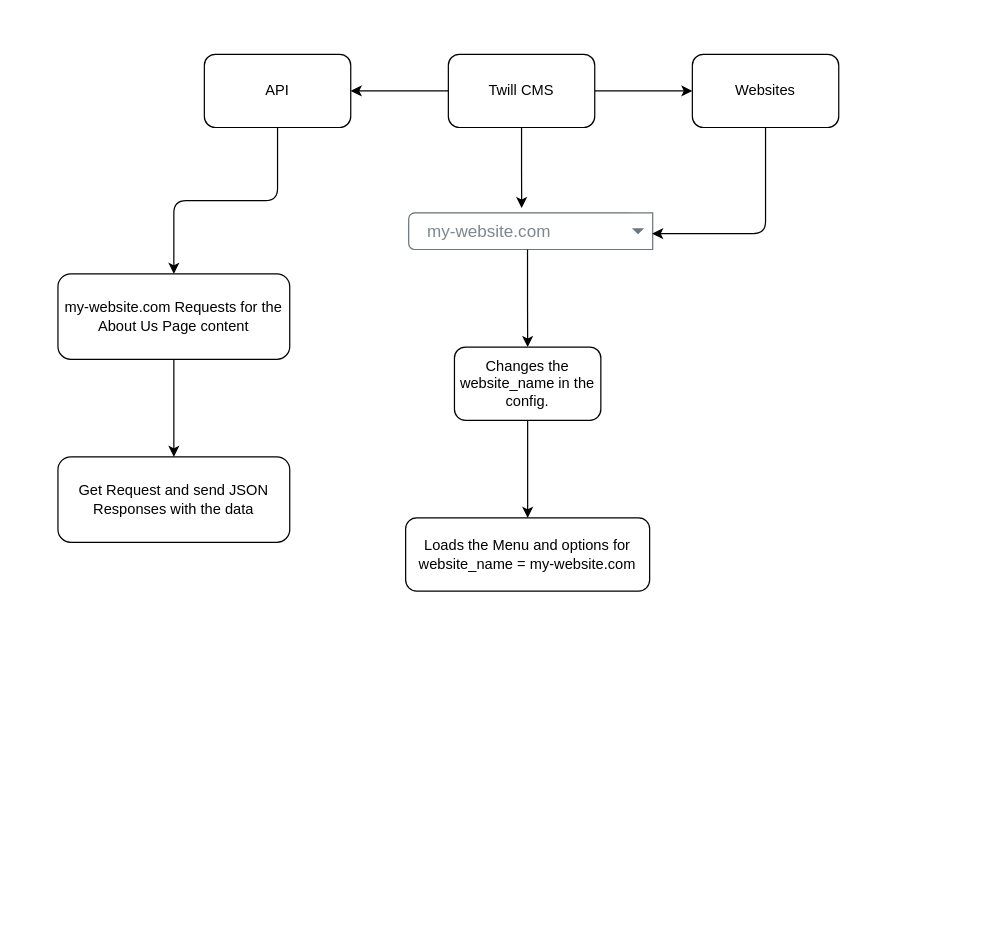
This is headless-cms-solution-with-php-laravel.drawio from gulbitz/diagrams.net, a draw.io file, before an edit. Source tidied: cells renumbered, new cells numbered last; positions are measured from the earlier drawing's top-left corner, leaving out a move shared by most shapes. Both pictures are drawn from the tidied source at 122%, with x=0, y=0 at pixel (57, 54).
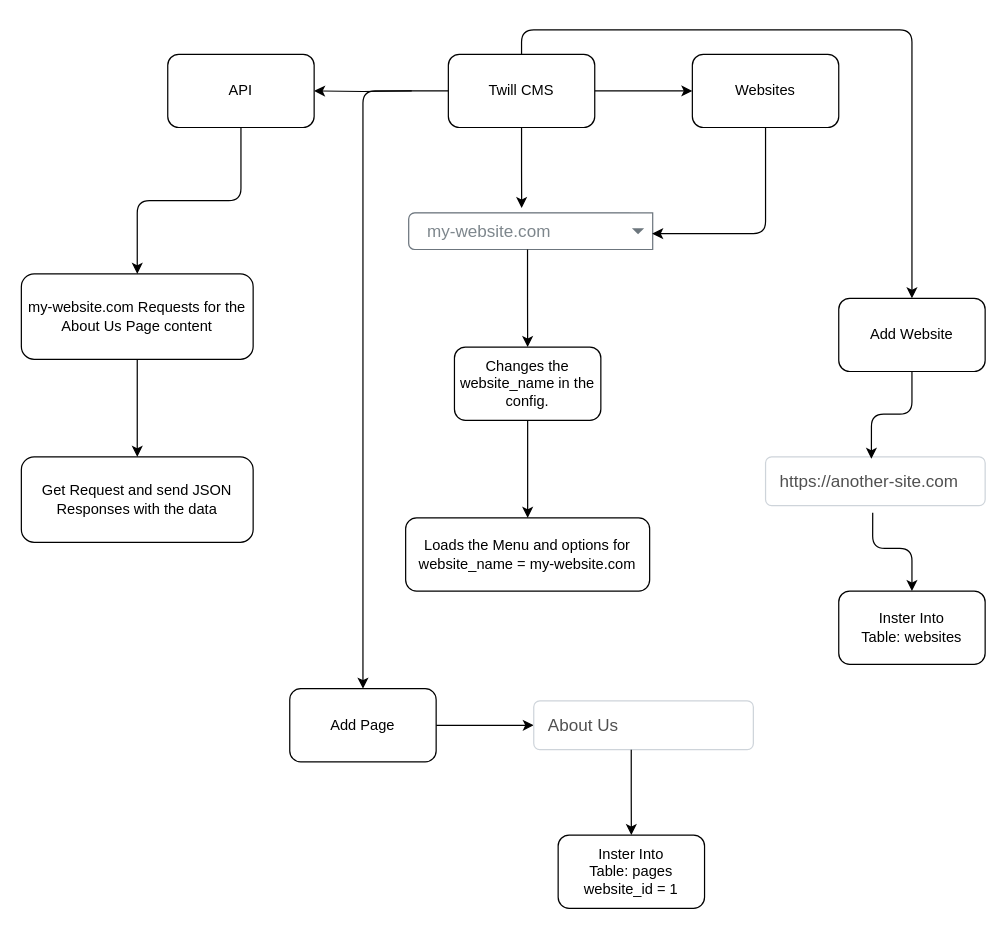
After the change.

Unchanged cells that the change refers to:
```xml
<mxCell id="5" value="Twill CMS" style="rounded=1;whiteSpace=wrap;html=1;" parent="1" vertex="1">
  <mxGeometry x="320" width="120" height="60" as="geometry" />
</mxCell>
```

Diff of the diagram source:
```diff
@@
-    <mxCell id="4" style="edgeStyle=orthogonalEdgeStyle;rounded=0;jettySize=auto;html=1;" parent="1" edge="1" source="5" target="16">
-      <mxGeometry relative="1" as="geometry" />
+    <mxCell id="4" style="edgeStyle=orthogonalEdgeStyle;rounded=0;jettySize=auto;html=1;" parent="1" edge="1" target="16">
+      <mxGeometry relative="1" as="geometry">
+        <mxPoint x="290" y="30" as="sourcePoint" />
+      </mxGeometry>
     </mxCell>
+    <mxCell id="20" style="edgeStyle=orthogonalEdgeStyle;jettySize=auto;html=1;exitX=0.5;exitY=0;exitDx=0;exitDy=0;entryX=0.5;entryY=0;entryDx=0;entryDy=0;rounded=1;" parent="1" edge="1" source="5" target="22">
+      <mxGeometry relative="1" as="geometry" />
+    </mxCell>
+    <mxCell id="21" style="edgeStyle=orthogonalEdgeStyle;rounded=1;jettySize=auto;html=1;exitX=0;exitY=0.5;exitDx=0;exitDy=0;entryX=0.5;entryY=0;entryDx=0;entryDy=0;" parent="1" edge="1" source="5" target="28">
+      <mxGeometry relative="1" as="geometry">
+        <Array as="points">
+          <mxPoint x="250" y="30" />
+        </Array>
+      </mxGeometry>
+    </mxCell>
@@
     <mxCell id="16" value="API" style="rounded=1;whiteSpace=wrap;html=1;" parent="1" vertex="1">
-      <mxGeometry x="120" width="120" height="60" as="geometry" />
+      <mxGeometry x="90" width="120" height="60" as="geometry" />
     </mxCell>
@@
     <mxCell id="18" value="my-website.com Requests for the About Us Page content" style="rounded=1;whiteSpace=wrap;html=1;" parent="1" vertex="1">
-      <mxGeometry y="180" width="190" height="70" as="geometry" />
+      <mxGeometry x="-30" y="180" width="190" height="70" as="geometry" />
     </mxCell>
     <mxCell id="19" value="Get Request and send JSON Responses with the data" style="rounded=1;whiteSpace=wrap;html=1;" parent="1" vertex="1">
-      <mxGeometry y="330" width="190" height="70" as="geometry" />
+      <mxGeometry x="-30" y="330" width="190" height="70" as="geometry" />
     </mxCell>
+    <mxCell id="22" value="Add Website" style="rounded=1;whiteSpace=wrap;html=1;" parent="1" vertex="1">
+      <mxGeometry x="640" y="200" width="120" height="60" as="geometry" />
+    </mxCell>
+    <mxCell id="23" value="https://another-site.com" style="html=1;shadow=0;dashed=0;shape=mxgraph.bootstrap.rrect;rSize=5;strokeColor=#CED4DA;strokeWidth=1;fillColor=default;fontColor=#505050;whiteSpace=wrap;align=left;verticalAlign=middle;spacingLeft=10;fontSize=14;" parent="1" vertex="1">
+      <mxGeometry x="580" y="330" width="180" height="40" as="geometry" />
+    </mxCell>
+    <mxCell id="24" style="edgeStyle=orthogonalEdgeStyle;rounded=1;jettySize=auto;html=1;exitX=0.5;exitY=1;exitDx=0;exitDy=0;entryX=0.482;entryY=0.039;entryDx=0;entryDy=0;entryPerimeter=0;" parent="1" edge="1" source="22" target="23">
+      <mxGeometry relative="1" as="geometry" />
+    </mxCell>
+    <mxCell id="25" style="edgeStyle=orthogonalEdgeStyle;rounded=1;jettySize=auto;html=1;exitX=0.488;exitY=1.145;exitDx=0;exitDy=0;exitPerimeter=0;entryX=0.5;entryY=0;entryDx=0;entryDy=0;" parent="1" edge="1" source="23" target="26">
+      <mxGeometry relative="1" as="geometry" />
+    </mxCell>
+    <mxCell id="26" value="Inster Into&lt;br&gt;Table: websites" style="rounded=1;whiteSpace=wrap;html=1;" parent="1" vertex="1">
+      <mxGeometry x="640" y="440" width="120" height="60" as="geometry" />
+    </mxCell>
+    <mxCell id="27" style="edgeStyle=orthogonalEdgeStyle;rounded=0;jettySize=auto;html=1;exitX=1;exitY=0.5;exitDx=0;exitDy=0;" parent="1" edge="1" source="28" target="29">
+      <mxGeometry relative="1" as="geometry" />
+    </mxCell>
+    <mxCell id="28" value="Add Page" style="rounded=1;whiteSpace=wrap;html=1;" parent="1" vertex="1">
+      <mxGeometry x="190" y="520" width="120" height="60" as="geometry" />
+    </mxCell>
+    <mxCell id="29" value="About Us" style="html=1;shadow=0;dashed=0;shape=mxgraph.bootstrap.rrect;rSize=5;strokeColor=#CED4DA;strokeWidth=1;fillColor=default;fontColor=#505050;whiteSpace=wrap;align=left;verticalAlign=middle;spacingLeft=10;fontSize=14;" parent="1" vertex="1">
+      <mxGeometry x="390" y="530" width="180" height="40" as="geometry" />
+    </mxCell>
+    <mxCell id="30" value="Inster Into&lt;br&gt;Table: pages&lt;br&gt;website_id = 1" style="rounded=1;whiteSpace=wrap;html=1;" parent="1" vertex="1">
+      <mxGeometry x="410" y="640" width="120" height="60" as="geometry" />
+    </mxCell>
+    <mxCell id="31" style="edgeStyle=orthogonalEdgeStyle;rounded=0;jettySize=auto;html=1;entryX=0.5;entryY=0;entryDx=0;entryDy=0;exitX=0.444;exitY=1.001;exitDx=0;exitDy=0;exitPerimeter=0;" parent="1" edge="1" source="29" target="30">
+      <mxGeometry relative="1" as="geometry" />
+    </mxCell>
```
